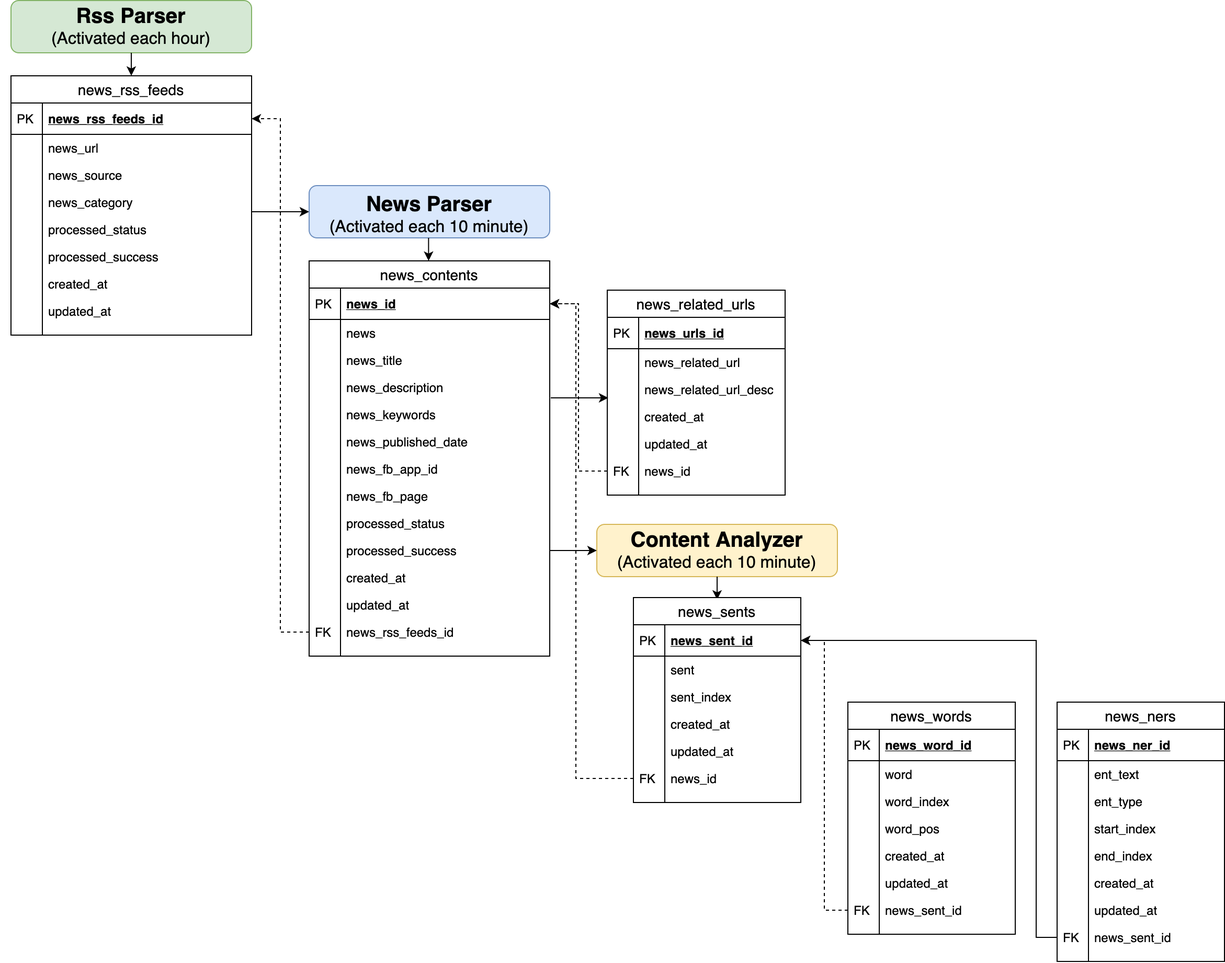
Above: CHINESENLP.png in garyhsu29/chinese_nlp (draw.io), before the change. Source tidied: cells renumbered, new cells last; positions are measured from the earlier drawing's top-left corner, leaving out a move shared by most shapes.
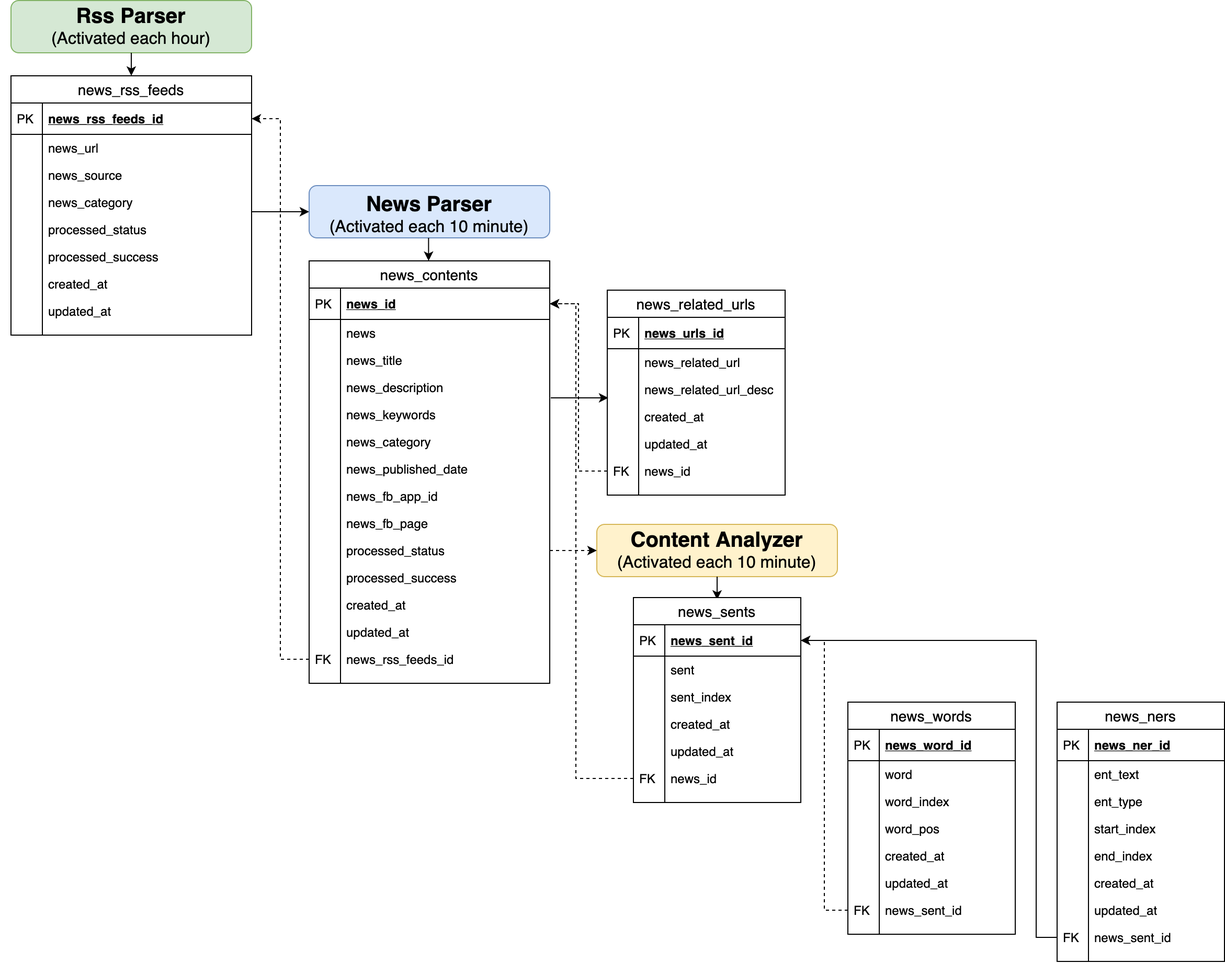
The same file after the commit.

Diff of the diagram source:
```diff
@@ -41,7 +41,7 @@
       <mxGeometry relative="1" as="geometry" />
     </mxCell>
     <mxCell id="12" value="news_contents" style="swimlane;fontStyle=0;horizontal=1;startSize=26;align=center;fontSize=14;" parent="1" vertex="1">
-      <mxGeometry x="295" y="249" width="230" height="378" as="geometry" />
+      <mxGeometry x="295" y="249" width="230" height="404" as="geometry" />
     </mxCell>
     <mxCell id="13" value="news_id" style="shape=partialRectangle;top=0;left=0;right=0;bottom=1;align=left;verticalAlign=middle;fillColor=none;spacingLeft=34;spacingRight=4;overflow=hidden;points=[[0,0.5],[1,0.5]];portConstraint=eastwest;fontStyle=5;fontSize=12;" parent="12" vertex="1">
       <mxGeometry y="26" width="230" height="30" as="geometry" />
@@ -73,56 +73,62 @@
     <mxCell id="22" style="shape=partialRectangle;top=0;left=0;bottom=0;fillColor=none;align=left;verticalAlign=top;spacingLeft=4;spacingRight=4;overflow=hidden;fontSize=12;" parent="21" vertex="1">
       <mxGeometry width="30" height="26" as="geometry" />
     </mxCell>
+    <mxCell id="135" value="news_category" style="shape=partialRectangle;top=0;left=0;right=0;bottom=0;align=left;verticalAlign=top;fillColor=none;spacingLeft=34;spacingRight=4;overflow=hidden;fontSize=12;" parent="12" vertex="1">
+      <mxGeometry y="160" width="230" height="26" as="geometry" />
+    </mxCell>
+    <mxCell id="136" style="shape=partialRectangle;top=0;left=0;bottom=0;fillColor=none;align=left;verticalAlign=top;spacingLeft=4;spacingRight=4;overflow=hidden;fontSize=12;" parent="135" vertex="1">
+      <mxGeometry width="30" height="26" as="geometry" />
+    </mxCell>
     <mxCell id="23" value="news_published_date" style="shape=partialRectangle;top=0;left=0;right=0;bottom=0;align=left;verticalAlign=top;fillColor=none;spacingLeft=34;spacingRight=4;overflow=hidden;fontSize=12;" parent="12" vertex="1">
-      <mxGeometry y="160" width="230" height="26" as="geometry" />
+      <mxGeometry y="186" width="230" height="26" as="geometry" />
     </mxCell>
     <mxCell id="24" style="shape=partialRectangle;top=0;left=0;bottom=0;fillColor=none;align=left;verticalAlign=top;spacingLeft=4;spacingRight=4;overflow=hidden;fontSize=12;" parent="23" vertex="1">
       <mxGeometry width="30" height="26" as="geometry" />
     </mxCell>
     <mxCell id="25" value="news_fb_app_id" style="shape=partialRectangle;top=0;left=0;right=0;bottom=0;align=left;verticalAlign=top;fillColor=none;spacingLeft=34;spacingRight=4;overflow=hidden;fontSize=12;" parent="12" vertex="1">
-      <mxGeometry y="186" width="230" height="26" as="geometry" />
+      <mxGeometry y="212" width="230" height="26" as="geometry" />
     </mxCell>
     <mxCell id="26" style="shape=partialRectangle;top=0;left=0;bottom=0;fillColor=none;align=left;verticalAlign=top;spacingLeft=4;spacingRight=4;overflow=hidden;fontSize=12;" parent="25" vertex="1">
       <mxGeometry width="30" height="26" as="geometry" />
     </mxCell>
     <mxCell id="27" value="news_fb_page" style="shape=partialRectangle;top=0;left=0;right=0;bottom=0;align=left;verticalAlign=top;fillColor=none;spacingLeft=34;spacingRight=4;overflow=hidden;fontSize=12;" parent="12" vertex="1">
-      <mxGeometry y="212" width="230" height="26" as="geometry" />
+      <mxGeometry y="238" width="230" height="26" as="geometry" />
     </mxCell>
     <mxCell id="28" style="shape=partialRectangle;top=0;left=0;bottom=0;fillColor=none;align=left;verticalAlign=top;spacingLeft=4;spacingRight=4;overflow=hidden;fontSize=12;" parent="27" vertex="1">
       <mxGeometry width="30" height="26" as="geometry" />
     </mxCell>
     <mxCell id="29" value="processed_status" style="shape=partialRectangle;top=0;left=0;right=0;bottom=0;align=left;verticalAlign=top;fillColor=none;spacingLeft=34;spacingRight=4;overflow=hidden;points=[[0,0.5],[1,0.5]];portConstraint=eastwest;fontSize=12;" parent="12" vertex="1">
-      <mxGeometry y="238" width="230" height="26" as="geometry" />
+      <mxGeometry y="264" width="230" height="26" as="geometry" />
     </mxCell>
     <mxCell id="30" style="shape=partialRectangle;top=0;left=0;bottom=0;fillColor=none;align=left;verticalAlign=top;spacingLeft=4;spacingRight=4;overflow=hidden;fontSize=12;" parent="29" vertex="1">
       <mxGeometry width="30" height="26" as="geometry" />
     </mxCell>
     <mxCell id="31" value="processed_success" style="shape=partialRectangle;top=0;left=0;right=0;bottom=0;align=left;verticalAlign=top;fillColor=none;spacingLeft=34;spacingRight=4;overflow=hidden;points=[[0,0.5],[1,0.5]];portConstraint=eastwest;fontSize=12;" parent="12" vertex="1">
-      <mxGeometry y="264" width="230" height="26" as="geometry" />
+      <mxGeometry y="290" width="230" height="26" as="geometry" />
     </mxCell>
     <mxCell id="32" style="shape=partialRectangle;top=0;left=0;bottom=0;fillColor=none;align=left;verticalAlign=top;spacingLeft=4;spacingRight=4;overflow=hidden;fontSize=12;" parent="31" vertex="1">
       <mxGeometry width="30" height="26" as="geometry" />
     </mxCell>
     <mxCell id="33" value="created_at" style="shape=partialRectangle;top=0;left=0;right=0;bottom=0;align=left;verticalAlign=top;fillColor=none;spacingLeft=34;spacingRight=4;overflow=hidden;fontSize=12;" parent="12" vertex="1">
-      <mxGeometry y="290" width="230" height="26" as="geometry" />
+      <mxGeometry y="316" width="230" height="26" as="geometry" />
     </mxCell>
     <mxCell id="34" style="shape=partialRectangle;top=0;left=0;bottom=0;fillColor=none;align=left;verticalAlign=top;spacingLeft=4;spacingRight=4;overflow=hidden;fontSize=12;" parent="33" vertex="1">
       <mxGeometry width="30" height="26" as="geometry" />
     </mxCell>
     <mxCell id="35" value="updated_at" style="shape=partialRectangle;top=0;left=0;right=0;bottom=0;align=left;verticalAlign=top;fillColor=none;spacingLeft=34;spacingRight=4;overflow=hidden;fontSize=12;" parent="12" vertex="1">
-      <mxGeometry y="316" width="230" height="26" as="geometry" />
+      <mxGeometry y="342" width="230" height="26" as="geometry" />
     </mxCell>
     <mxCell id="36" style="shape=partialRectangle;top=0;left=0;bottom=0;fillColor=none;align=left;verticalAlign=top;spacingLeft=4;spacingRight=4;overflow=hidden;fontSize=12;" parent="35" vertex="1">
       <mxGeometry width="30" height="26" as="geometry" />
     </mxCell>
     <mxCell id="37" value="news_rss_feeds_id" style="shape=partialRectangle;top=0;left=0;right=0;bottom=0;align=left;verticalAlign=top;fillColor=none;spacingLeft=34;spacingRight=4;overflow=hidden;points=[[0,0.5],[1,0.5]];portConstraint=eastwest;fontSize=12;" parent="12" vertex="1">
-      <mxGeometry y="342" width="230" height="26" as="geometry" />
+      <mxGeometry y="368" width="230" height="26" as="geometry" />
     </mxCell>
     <mxCell id="38" value="FK" style="shape=partialRectangle;top=0;left=0;bottom=0;fillColor=none;align=left;verticalAlign=top;spacingLeft=4;spacingRight=4;overflow=hidden;fontSize=12;" parent="37" vertex="1">
       <mxGeometry width="30" height="26" as="geometry" />
     </mxCell>
     <mxCell id="39" style="shape=partialRectangle;top=0;left=0;right=0;bottom=0;align=left;verticalAlign=top;fillColor=none;spacingLeft=34;spacingRight=4;overflow=hidden;fontSize=12;" parent="12" vertex="1">
-      <mxGeometry y="368" width="230" height="10" as="geometry" />
+      <mxGeometry y="394" width="230" height="10" as="geometry" />
     </mxCell>
     <mxCell id="40" style="shape=partialRectangle;top=0;left=0;bottom=0;fillColor=none;align=left;verticalAlign=top;spacingLeft=4;spacingRight=4;overflow=hidden;fontSize=12;" parent="39" vertex="1">
       <mxGeometry width="30" height="10" as="geometry" />
@@ -258,9 +264,6 @@
         </Array>
       </mxGeometry>
     </mxCell>
-    <mxCell id="82" style="edgeStyle=orthogonalEdgeStyle;rounded=0;jettySize=auto;html=1;exitX=1;exitY=0.5;exitDx=0;exitDy=0;fontSize=13;" parent="1" edge="1" source="31" target="6">
-      <mxGeometry relative="1" as="geometry" />
-    </mxCell>
     <mxCell id="83" value="news_sents" style="swimlane;fontStyle=0;horizontal=1;startSize=26;align=center;fontSize=14;" parent="1" vertex="1">
       <mxGeometry x="605" y="571" width="160" height="196" as="geometry" />
     </mxCell>
@@ -422,5 +425,8 @@
         </Array>
       </mxGeometry>
     </mxCell>
+    <mxCell id="137" style="edgeStyle=orthogonalEdgeStyle;rounded=0;jettySize=auto;html=1;exitX=1;exitY=0.5;exitDx=0;exitDy=0;dashed=1;fontSize=13;" parent="1" edge="1" source="29" target="6">
+      <mxGeometry relative="1" as="geometry" />
+    </mxCell>
   </root>
 </mxGraphModel>
```
